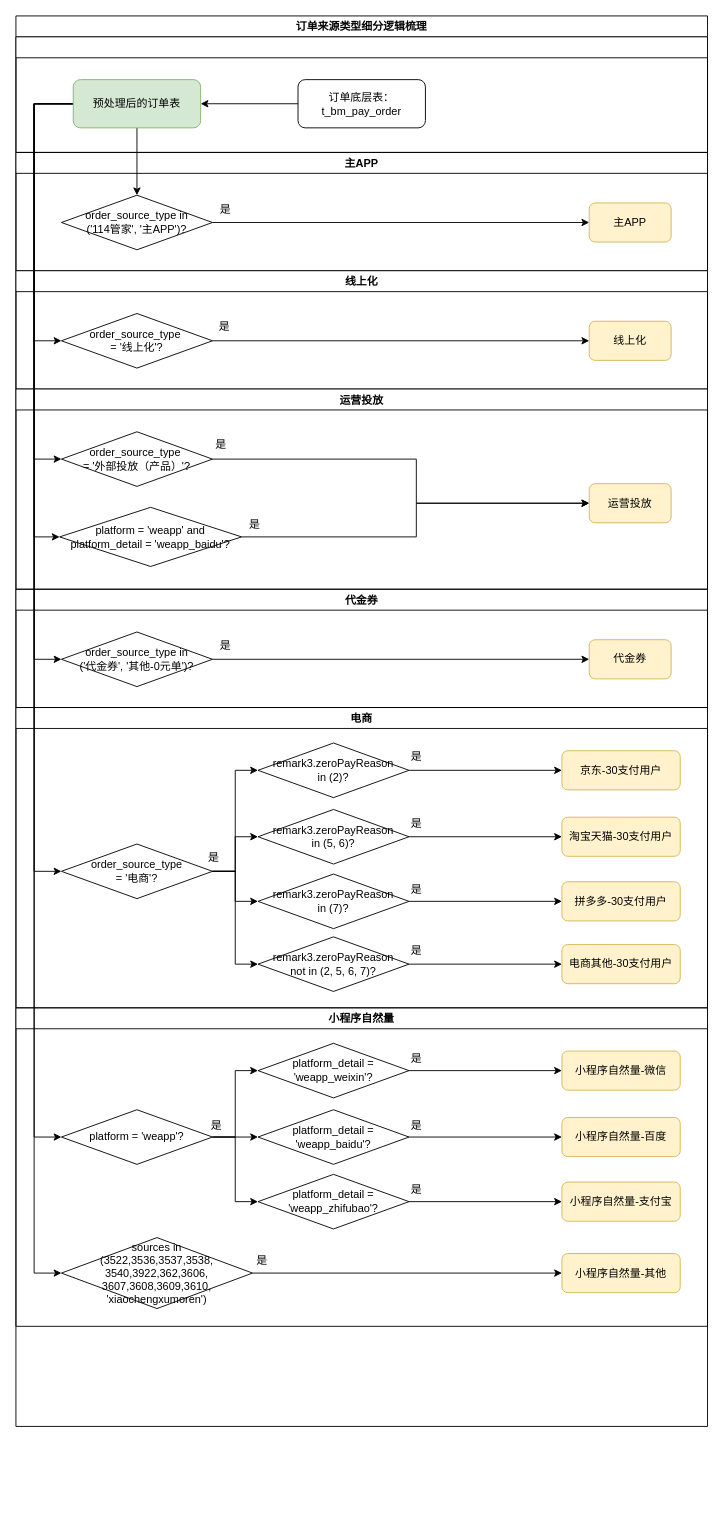
Before: page "订单来源类型细分" (10 of 10) of 到家精选订单.drawio in chihiro-qx/hello-world, a draw.io diagram. Source tidied: cells renumbered, new cells numbered last; positions are measured from the earlier drawing's top-left corner, leaving out a move shared by most shapes. Both pictures are drawn from the tidied source at 91%, with x=0, y=0 at pixel (15, 15).
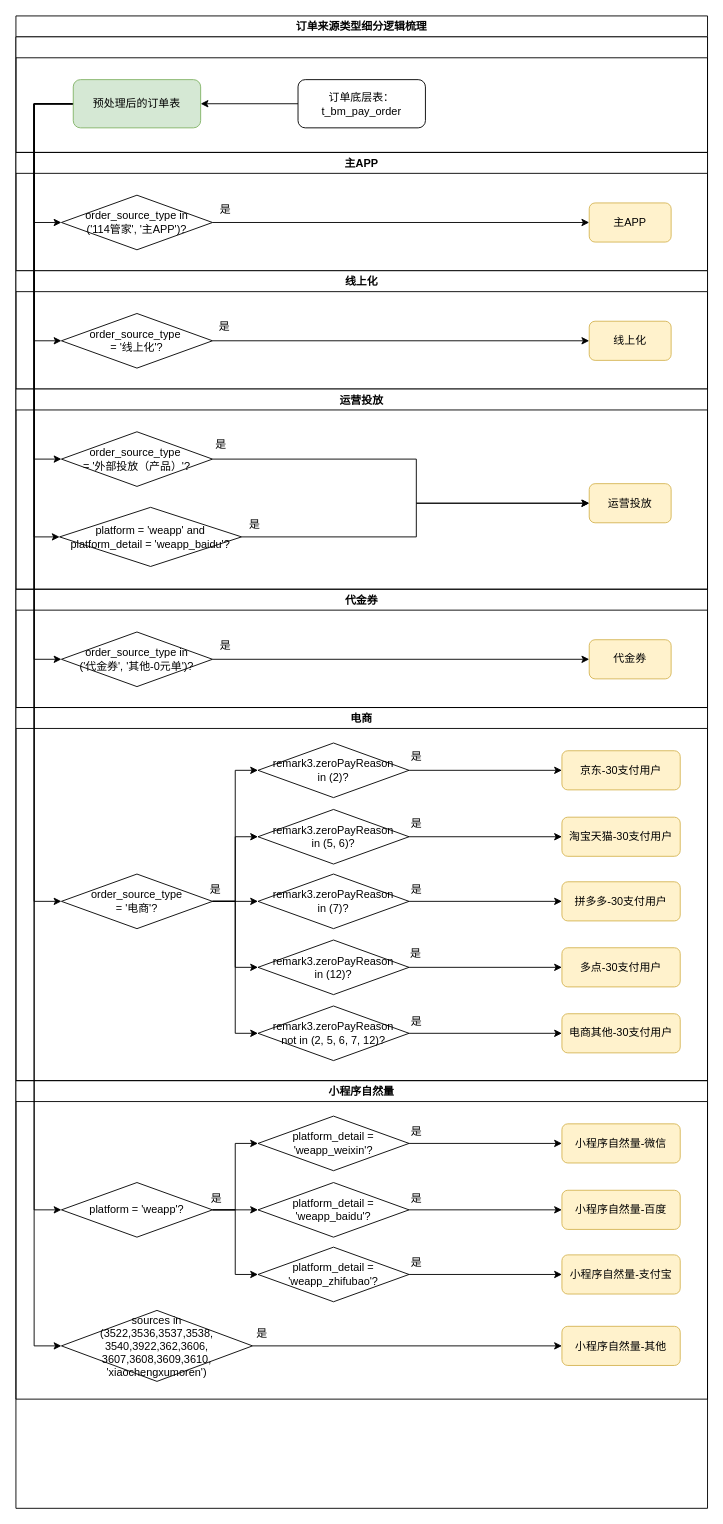
Above is the later version.

Commit message:
Update 到家精选订单.drawio

Unchanged cells that the change refers to:
```xml
<mxCell id="8" value="platform = 'weapp'?" style="rhombus;whiteSpace=wrap;html=1;" parent="3" vertex="1">
  <mxGeometry x="50" y="112" width="166" height="60" as="geometry" />
</mxCell>
<mxCell id="16" value="sources in &lt;br&gt;(3522,3536,3537,3538,&lt;br&gt;3540,3922,362,3606,&lt;br&gt;3607,3608,3609,3610,&lt;br&gt;'xiaochengxumoren')" style="rhombus;whiteSpace=wrap;html=1;" parent="3" vertex="1">
  <mxGeometry x="50" y="252.5" width="210" height="78" as="geometry" />
</mxCell>
<mxCell id="45" value="order_source_type in&lt;br&gt;('114管家', '主APP')?" style="rhombus;whiteSpace=wrap;html=1;" parent="42" vertex="1">
  <mxGeometry x="50" y="47" width="166" height="60" as="geometry" />
</mxCell>
<mxCell id="67" value="预处理后的订单表" style="rounded=1;whiteSpace=wrap;html=1;fillColor=#d5e8d4;strokeColor=#82b366;" parent="2" vertex="1">
  <mxGeometry x="63" y="70" width="140" height="53" as="geometry" />
</mxCell>
```

What changed in the source:
```diff
@@
     <mxCell id="2" value="订单来源类型细分逻辑梳理" style="swimlane;" parent="1" vertex="1">
-      <mxGeometry width="760" height="1550" as="geometry" />
+      <mxGeometry width="760" height="1640" as="geometry" />
     </mxCell>
     <mxCell id="3" value="小程序自然量" style="swimlane;" parent="2" vertex="1">
-      <mxGeometry y="1090" width="760" height="350" as="geometry" />
+      <mxGeometry y="1170" width="760" height="350" as="geometry" />
     </mxCell>
@@
     <mxCell id="20" value="电商" style="swimlane;" parent="2" vertex="1">
-      <mxGeometry y="760" width="760" height="330" as="geometry" />
+      <mxGeometry y="760" width="760" height="410" as="geometry" />
     </mxCell>
@@
+    <mxCell id="83" style="edgeStyle=orthogonalEdgeStyle;rounded=0;jettySize=auto;html=1;exitX=1;exitY=0.5;exitDx=0;exitDy=0;entryX=0;entryY=0.5;entryDx=0;entryDy=0;" parent="20" edge="1" source="26" target="85">
+      <mxGeometry relative="1" as="geometry" />
+    </mxCell>
     <mxCell id="26" value="order_source_type&lt;br&gt;= '电商'?" style="rhombus;whiteSpace=wrap;html=1;" parent="20" vertex="1">
-      <mxGeometry x="50" y="150" width="166" height="60" as="geometry" />
+      <mxGeometry x="50" y="183" width="166" height="60" as="geometry" />
     </mxCell>
@@
-    <mxCell id="34" value="remark3.zeroPayReason&lt;br&gt;not in (2, 5, 6, 7)?" style="rhombus;whiteSpace=wrap;html=1;" parent="20" vertex="1">
-      <mxGeometry x="266" y="252" width="166" height="60" as="geometry" />
+    <mxCell id="34" value="remark3.zeroPayReason&lt;br&gt;not in (2, 5, 6, 7, 12)?" style="rhombus;whiteSpace=wrap;html=1;" parent="20" vertex="1">
+      <mxGeometry x="266" y="328" width="166" height="60" as="geometry" />
     </mxCell>
@@
     <mxCell id="37" value="电商其他-30支付用户" style="rounded=1;whiteSpace=wrap;html=1;fillColor=#fff2cc;strokeColor=#d6b656;" parent="20" vertex="1">
-      <mxGeometry x="600" y="260.5" width="130" height="43" as="geometry" />
+      <mxGeometry x="600" y="336.5" width="130" height="43" as="geometry" />
     </mxCell>
+    <mxCell id="84" style="edgeStyle=orthogonalEdgeStyle;rounded=0;jettySize=auto;html=1;exitX=1;exitY=0.5;exitDx=0;exitDy=0;entryX=0;entryY=0.5;entryDx=0;entryDy=0;" parent="20" edge="1" source="85" target="86">
+      <mxGeometry relative="1" as="geometry" />
+    </mxCell>
+    <mxCell id="85" value="remark3.zeroPayReason&lt;br&gt;in (12)?" style="rhombus;whiteSpace=wrap;html=1;" parent="20" vertex="1">
+      <mxGeometry x="266" y="255.5" width="166" height="60" as="geometry" />
+    </mxCell>
+    <mxCell id="86" value="多点-30支付用户" style="rounded=1;whiteSpace=wrap;html=1;fillColor=#fff2cc;strokeColor=#d6b656;" parent="20" vertex="1">
+      <mxGeometry x="600" y="264" width="130" height="43" as="geometry" />
+    </mxCell>
+    <mxCell id="87" value="是" style="text;html=1;align=center;verticalAlign=middle;strokeColor=none;" parent="20" vertex="1">
+      <mxGeometry x="424" y="260.5" width="30" height="20" as="geometry" />
+    </mxCell>
+    <mxCell id="73" value="是" style="text;html=1;align=center;verticalAlign=middle;strokeColor=none;" parent="20" vertex="1">
+      <mxGeometry x="204" y="189.5" width="30" height="20" as="geometry" />
+    </mxCell>
@@
-    <mxCell id="59" style="edgeStyle=orthogonalEdgeStyle;rounded=0;jettySize=auto;html=1;exitX=0.5;exitY=1;exitDx=0;exitDy=0;entryX=0.5;entryY=0;entryDx=0;entryDy=0;" parent="2" edge="1" source="67" target="45">
-      <mxGeometry relative="1" as="geometry" />
-    </mxCell>
@@
     <mxCell id="64" style="edgeStyle=orthogonalEdgeStyle;rounded=0;jettySize=auto;html=1;exitX=0;exitY=0.5;exitDx=0;exitDy=0;entryX=0;entryY=0.5;entryDx=0;entryDy=0;" parent="2" edge="1" source="67" target="26">
       <mxGeometry relative="1" as="geometry">
         <Array as="points">
           <mxPoint x="20" y="97" />
-          <mxPoint x="20" y="940" />
+          <mxPoint x="20" y="973" />
         </Array>
       </mxGeometry>
     </mxCell>
     <mxCell id="65" style="edgeStyle=orthogonalEdgeStyle;rounded=0;jettySize=auto;html=1;exitX=0;exitY=0.5;exitDx=0;exitDy=0;entryX=0;entryY=0.5;entryDx=0;entryDy=0;" parent="2" edge="1" source="67" target="8">
       <mxGeometry relative="1" as="geometry">
         <Array as="points">
           <mxPoint x="20" y="97" />
-          <mxPoint x="20" y="1232" />
+          <mxPoint x="20" y="1312" />
         </Array>
       </mxGeometry>
     </mxCell>
     <mxCell id="66" style="edgeStyle=orthogonalEdgeStyle;rounded=0;jettySize=auto;html=1;exitX=0;exitY=0.5;exitDx=0;exitDy=0;entryX=0;entryY=0.5;entryDx=0;entryDy=0;" parent="2" edge="1" source="67" target="16">
       <mxGeometry relative="1" as="geometry">
         <Array as="points">
           <mxPoint x="20" y="97" />
-          <mxPoint x="20" y="1382" />
+          <mxPoint x="20" y="1462" />
         </Array>
       </mxGeometry>
     </mxCell>
+    <mxCell id="59" style="edgeStyle=orthogonalEdgeStyle;rounded=0;jettySize=auto;html=1;exitX=0;exitY=0.5;exitDx=0;exitDy=0;entryX=0;entryY=0.5;entryDx=0;entryDy=0;" parent="2" edge="1" source="67" target="45">
+      <mxGeometry relative="1" as="geometry">
+        <Array as="points">
+          <mxPoint x="20" y="97" />
+          <mxPoint x="20" y="227" />
+        </Array>
+      </mxGeometry>
+    </mxCell>
@@
-    <mxCell id="73" value="是" style="text;html=1;align=center;verticalAlign=middle;strokeColor=none;" parent="1" vertex="1">
-      <mxGeometry x="202" y="915" width="30" height="20" as="geometry" />
-    </mxCell>
@@
     <mxCell id="77" value="是" style="text;html=1;align=center;verticalAlign=middle;strokeColor=none;" parent="1" vertex="1">
-      <mxGeometry x="425" y="1017" width="30" height="20" as="geometry" />
+      <mxGeometry x="425" y="1095" width="30" height="20" as="geometry" />
     </mxCell>
     <mxCell id="78" value="是" style="text;html=1;align=center;verticalAlign=middle;strokeColor=none;" parent="1" vertex="1">
-      <mxGeometry x="205" y="1210" width="30" height="20" as="geometry" />
+      <mxGeometry x="205" y="1290" width="30" height="20" as="geometry" />
     </mxCell>
     <mxCell id="79" value="是" style="text;html=1;align=center;verticalAlign=middle;strokeColor=none;" parent="1" vertex="1">
-      <mxGeometry x="425" y="1136" width="30" height="20" as="geometry" />
+      <mxGeometry x="425" y="1216" width="30" height="20" as="geometry" />
     </mxCell>
     <mxCell id="80" value="是" style="text;html=1;align=center;verticalAlign=middle;strokeColor=none;" parent="1" vertex="1">
-      <mxGeometry x="425" y="1210" width="30" height="20" as="geometry" />
+      <mxGeometry x="425" y="1290" width="30" height="20" as="geometry" />
     </mxCell>
     <mxCell id="81" value="是" style="text;html=1;align=center;verticalAlign=middle;strokeColor=none;" parent="1" vertex="1">
-      <mxGeometry x="425" y="1280" width="30" height="20" as="geometry" />
+      <mxGeometry x="425" y="1360" width="30" height="20" as="geometry" />
     </mxCell>
     <mxCell id="82" value="是" style="text;html=1;align=center;verticalAlign=middle;strokeColor=none;" parent="1" vertex="1">
-      <mxGeometry x="255" y="1358" width="30" height="20" as="geometry" />
+      <mxGeometry x="255" y="1438" width="30" height="20" as="geometry" />
     </mxCell>
```
